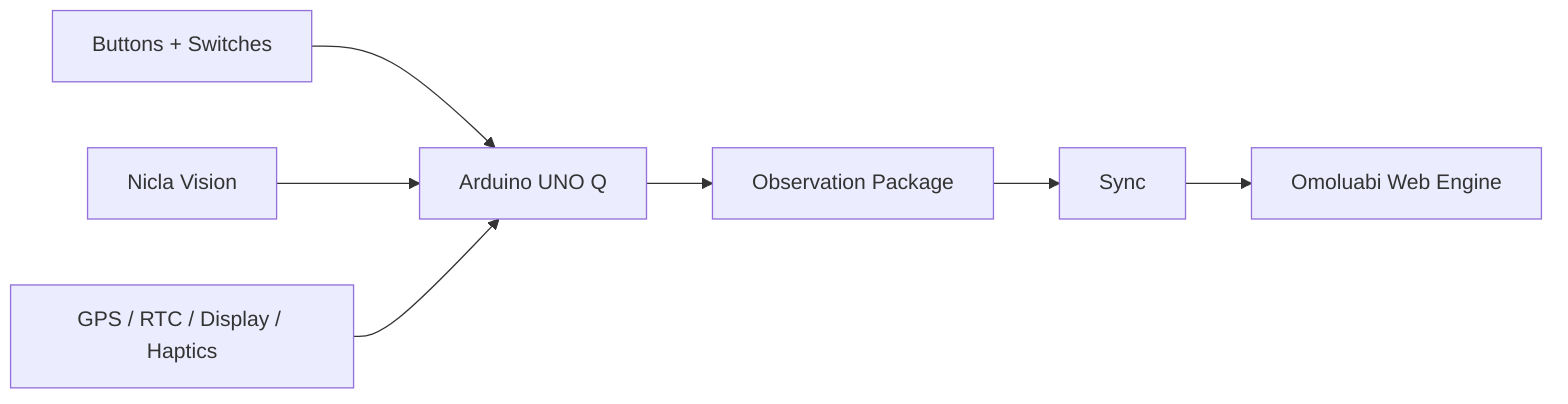
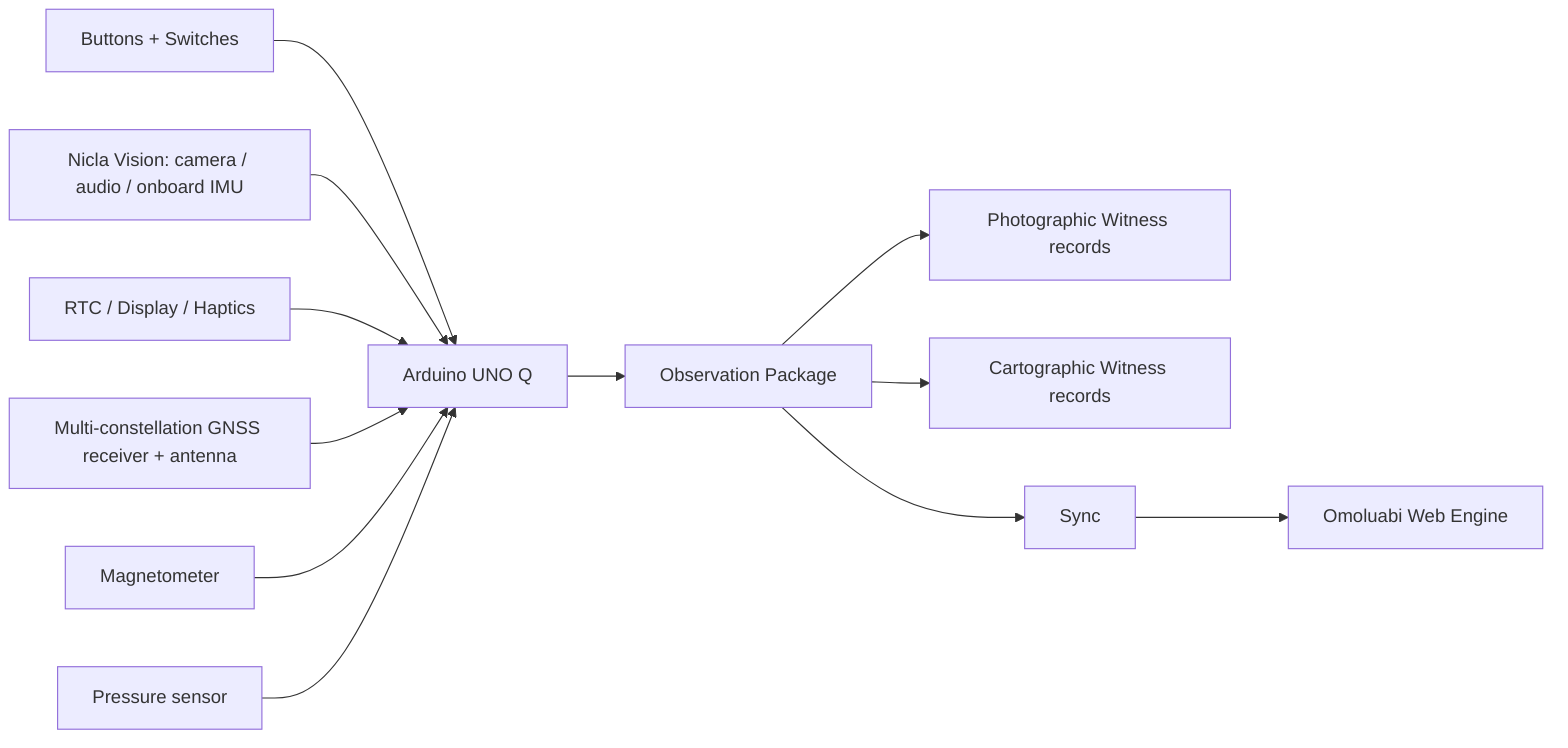
flowchart LR
  Buttons[Buttons + Switches] --> UNO[Arduino UNO Q]
-   Nicla[Nicla Vision] --> UNO
-   Sensors[GPS / RTC / Display / Haptics] --> UNO
+   Nicla[Nicla Vision: camera / audio / onboard IMU] --> UNO
+   Sensors[RTC / Display / Haptics] --> UNO
+   GNSS[Multi-constellation GNSS receiver + antenna] --> UNO
+   Mag[Magnetometer] --> UNO
+   Baro[Pressure sensor] --> UNO
  UNO --> Package[Observation Package]
+   Package --> Photo[Photographic Witness records]
+   Package --> Geo[Cartographic Witness records]
  Package --> Sync[Sync]
  Sync --> Web[Omoluabi Web Engine]
